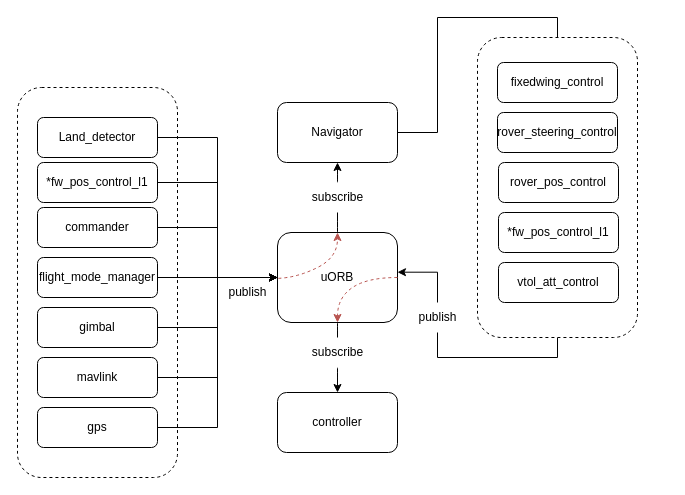
The draw.io diagram page "Page-4" (4 of 4) of Untitled Diagram.drawio in sju0924/sju0924, before the edit. Source tidied: cells renumbered, new cells numbered last; positions are measured from the earlier drawing's top-left corner, leaving out a move shared by most shapes. Both pictures are drawn from the tidied source at 100%, with x=0, y=0 at pixel (17, 37).
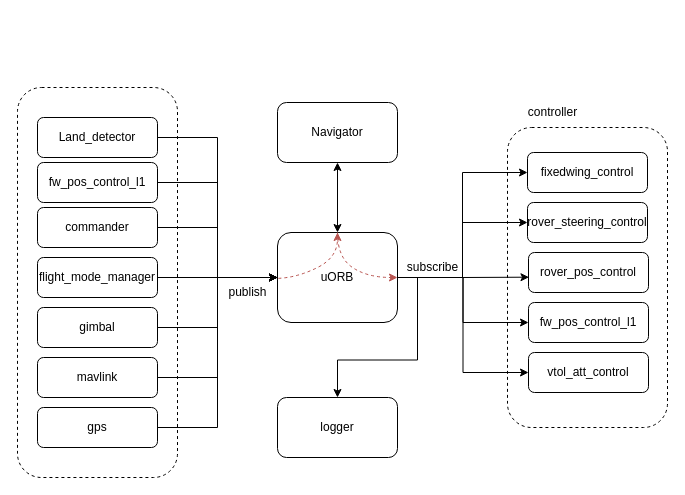
Above is the later version.

The change refers to these unchanged cells:
```xml
<mxCell id="7" value="uORB" style="rounded=1;whiteSpace=wrap;html=1;" parent="1" vertex="1">
  <mxGeometry x="260" y="195" width="120" height="90" as="geometry" />
</mxCell>
<mxCell id="9" value="Navigator" style="rounded=1;whiteSpace=wrap;html=1;" parent="1" vertex="1">
  <mxGeometry x="260" y="65" width="120" height="60" as="geometry" />
</mxCell>
```

The edit, as a diff of the source:
```diff
@@
-    <mxCell id="2" style="edgeStyle=orthogonalEdgeStyle;rounded=0;jettySize=auto;html=1;exitX=0.5;exitY=1;exitDx=0;exitDy=0;entryX=1;entryY=0.441;entryDx=0;entryDy=0;entryPerimeter=0;" parent="1" edge="1" source="3" target="7">
-      <mxGeometry relative="1" as="geometry" />
-    </mxCell>
     <mxCell id="3" style="rounded=1;whiteSpace=wrap;html=1;dashed=1;" parent="1" vertex="1">
-      <mxGeometry x="460" width="160" height="300" as="geometry" />
+      <mxGeometry x="490" y="90" width="160" height="300" as="geometry" />
     </mxCell>
@@
-    <mxCell id="5" style="edgeStyle=orthogonalEdgeStyle;curved=1;jettySize=auto;html=1;exitX=0.5;exitY=1;exitDx=0;exitDy=0;entryX=0.5;entryY=0;entryDx=0;entryDy=0;startArrow=none;" parent="1" edge="1" source="34" target="10">
-      <mxGeometry relative="1" as="geometry" />
-    </mxCell>
-    <mxCell id="6" style="edgeStyle=orthogonalEdgeStyle;curved=1;jettySize=auto;html=1;exitX=0.5;exitY=0;exitDx=0;exitDy=0;entryX=0.5;entryY=1;entryDx=0;entryDy=0;startArrow=none;" parent="1" edge="1" source="36" target="9">
-      <mxGeometry relative="1" as="geometry" />
-    </mxCell>
+    <mxCell id="38" style="edgeStyle=orthogonalEdgeStyle;rounded=0;jettySize=auto;html=1;exitX=1;exitY=0.5;exitDx=0;exitDy=0;entryX=0;entryY=0.5;entryDx=0;entryDy=0;" parent="1" edge="1" source="7" target="26">
+      <mxGeometry relative="1" as="geometry" />
+    </mxCell>
+    <mxCell id="39" style="edgeStyle=orthogonalEdgeStyle;rounded=0;jettySize=auto;html=1;exitX=1;exitY=0.5;exitDx=0;exitDy=0;entryX=0;entryY=0.5;entryDx=0;entryDy=0;" parent="1" edge="1" source="7" target="27">
+      <mxGeometry relative="1" as="geometry" />
+    </mxCell>
+    <mxCell id="40" style="edgeStyle=orthogonalEdgeStyle;rounded=0;jettySize=auto;html=1;exitX=1;exitY=0.5;exitDx=0;exitDy=0;entryX=0.004;entryY=0.617;entryDx=0;entryDy=0;entryPerimeter=0;" parent="1" edge="1" source="7" target="28">
+      <mxGeometry relative="1" as="geometry" />
+    </mxCell>
+    <mxCell id="41" style="edgeStyle=orthogonalEdgeStyle;rounded=0;jettySize=auto;html=1;exitX=1;exitY=0.5;exitDx=0;exitDy=0;entryX=0;entryY=0.5;entryDx=0;entryDy=0;" parent="1" edge="1" source="7" target="29">
+      <mxGeometry relative="1" as="geometry" />
+    </mxCell>
+    <mxCell id="42" style="edgeStyle=orthogonalEdgeStyle;rounded=0;jettySize=auto;html=1;exitX=1;exitY=0.5;exitDx=0;exitDy=0;entryX=0;entryY=0.5;entryDx=0;entryDy=0;" parent="1" edge="1" source="7" target="15">
+      <mxGeometry relative="1" as="geometry" />
+    </mxCell>
+    <mxCell id="43" style="edgeStyle=orthogonalEdgeStyle;rounded=0;jettySize=auto;html=1;exitX=1;exitY=0.5;exitDx=0;exitDy=0;entryX=0.5;entryY=0;entryDx=0;entryDy=0;endArrow=classic;endFill=1;" parent="1" edge="1" source="7" target="45">
+      <mxGeometry relative="1" as="geometry" />
+    </mxCell>
@@
-    <mxCell id="8" style="edgeStyle=orthogonalEdgeStyle;jettySize=auto;html=1;exitX=1;exitY=0.5;exitDx=0;exitDy=0;entryX=0.5;entryY=0;entryDx=0;entryDy=0;rounded=0;endArrow=none;endFill=0;" parent="1" edge="1" source="9" target="3">
-      <mxGeometry relative="1" as="geometry" />
-    </mxCell>
@@
-    <mxCell id="10" value="controller" style="rounded=1;whiteSpace=wrap;html=1;" parent="1" vertex="1">
-      <mxGeometry x="260" y="355" width="120" height="60" as="geometry" />
-    </mxCell>
@@
-    <mxCell id="14" value="*fw_pos_control_l1" style="rounded=1;whiteSpace=wrap;html=1;" parent="1" vertex="1">
+    <mxCell id="14" value="fw_pos_control_l1" style="rounded=1;whiteSpace=wrap;html=1;" parent="1" vertex="1">
       <mxGeometry x="20" y="125" width="120" height="40" as="geometry" />
     </mxCell>
     <mxCell id="15" value="vtol_att_control" style="rounded=1;whiteSpace=wrap;html=1;" parent="1" vertex="1">
-      <mxGeometry x="481" y="225" width="120" height="40" as="geometry" />
+      <mxGeometry x="511" y="315" width="120" height="40" as="geometry" />
     </mxCell>
@@
     <mxCell id="26" value="fixedwing_control" style="rounded=1;whiteSpace=wrap;html=1;" parent="1" vertex="1">
-      <mxGeometry x="480" y="25" width="120" height="40" as="geometry" />
+      <mxGeometry x="510" y="115" width="120" height="40" as="geometry" />
     </mxCell>
     <mxCell id="27" value="rover_steering_control" style="rounded=1;whiteSpace=wrap;html=1;" parent="1" vertex="1">
-      <mxGeometry x="480" y="75" width="120" height="40" as="geometry" />
+      <mxGeometry x="510" y="165" width="120" height="40" as="geometry" />
     </mxCell>
     <mxCell id="28" value="rover_pos_control" style="rounded=1;whiteSpace=wrap;html=1;" parent="1" vertex="1">
-      <mxGeometry x="481" y="125" width="120" height="40" as="geometry" />
+      <mxGeometry x="511" y="215" width="120" height="40" as="geometry" />
     </mxCell>
-    <mxCell id="29" value="*fw_pos_control_l1" style="rounded=1;whiteSpace=wrap;html=1;" parent="1" vertex="1">
-      <mxGeometry x="481" y="175" width="120" height="40" as="geometry" />
+    <mxCell id="29" value="fw_pos_control_l1" style="rounded=1;whiteSpace=wrap;html=1;" parent="1" vertex="1">
+      <mxGeometry x="511" y="265" width="120" height="40" as="geometry" />
     </mxCell>
@@
-    <mxCell id="32" value="publish" style="text;html=1;align=center;verticalAlign=middle;strokeColor=none;fillColor=default;" parent="1" vertex="1">
-      <mxGeometry x="390" y="265" width="60" height="30" as="geometry" />
-    </mxCell>
+    <mxCell id="44" style="endArrow=classic;startArrow=classic;html=1;rounded=0;entryX=0.5;entryY=1;entryDx=0;entryDy=0;exitX=0.5;exitY=0;exitDx=0;exitDy=0;" parent="1" edge="1" source="7" target="9">
+      <mxGeometry relative="1" as="geometry" />
+    </mxCell>
+    <mxCell id="10" value="controller" style="text;html=1;align=center;verticalAlign=middle;points=[];strokeColor=none;fillColor=none;" parent="1" vertex="1">
+      <mxGeometry x="500" y="60" width="70" height="30" as="geometry" />
+    </mxCell>
-    <mxCell id="33" style="curved=1;endArrow=classic;html=1;rounded=0;exitX=1;exitY=0.5;exitDx=0;exitDy=0;entryX=0.5;entryY=1;entryDx=0;entryDy=0;fillColor=#f8cecc;strokeColor=#b85450;dashed=1;" parent="1" edge="1" source="7" target="7">
+    <mxCell id="33" style="curved=1;endArrow=classic;html=1;rounded=0;exitX=0.5;exitY=0;exitDx=0;exitDy=0;entryX=1;entryY=0.5;entryDx=0;entryDy=0;fillColor=#f8cecc;strokeColor=#b85450;dashed=1;" parent="1" edge="1" source="7" target="7">
       <mxGeometry relative="1" as="geometry">
         <Array as="points">
+          <mxPoint x="320" y="220" />
           <mxPoint x="350" y="240" />
-          <mxPoint x="320" y="260" />
         </Array>
       </mxGeometry>
     </mxCell>
-    <mxCell id="34" value="subscribe" style="text;html=1;align=center;verticalAlign=middle;points=[];strokeColor=none;fillColor=default;" parent="1" vertex="1">
-      <mxGeometry x="285" y="300" width="70" height="30" as="geometry" />
-    </mxCell>
-    <mxCell id="35" style="edgeStyle=orthogonalEdgeStyle;curved=1;jettySize=auto;html=1;exitX=0.5;exitY=1;exitDx=0;exitDy=0;entryX=0.5;entryY=0;entryDx=0;entryDy=0;endArrow=none;" parent="1" edge="1" source="7" target="34">
-      <mxGeometry relative="1" as="geometry" />
-    </mxCell>
-    <mxCell id="36" value="subscribe" style="text;html=1;align=center;verticalAlign=middle;points=[];strokeColor=none;fillColor=default;" parent="1" vertex="1">
-      <mxGeometry x="285" y="145" width="70" height="30" as="geometry" />
-    </mxCell>
-    <mxCell id="37" style="edgeStyle=orthogonalEdgeStyle;curved=1;jettySize=auto;html=1;exitX=0.5;exitY=0;exitDx=0;exitDy=0;entryX=0.5;entryY=1;entryDx=0;entryDy=0;endArrow=none;" parent="1" edge="1" source="7" target="36">
-      <mxGeometry relative="1" as="geometry" />
-    </mxCell>
+    <mxCell id="45" value="logger" style="rounded=1;whiteSpace=wrap;html=1;" parent="1" vertex="1">
+      <mxGeometry x="260" y="360" width="120" height="60" as="geometry" />
+    </mxCell>
+    <mxCell id="46" value="subscribe" style="text;html=1;align=center;verticalAlign=middle;strokeColor=none;fillColor=none;" parent="1" vertex="1">
+      <mxGeometry x="380" y="215" width="70" height="30" as="geometry" />
+    </mxCell>
```
